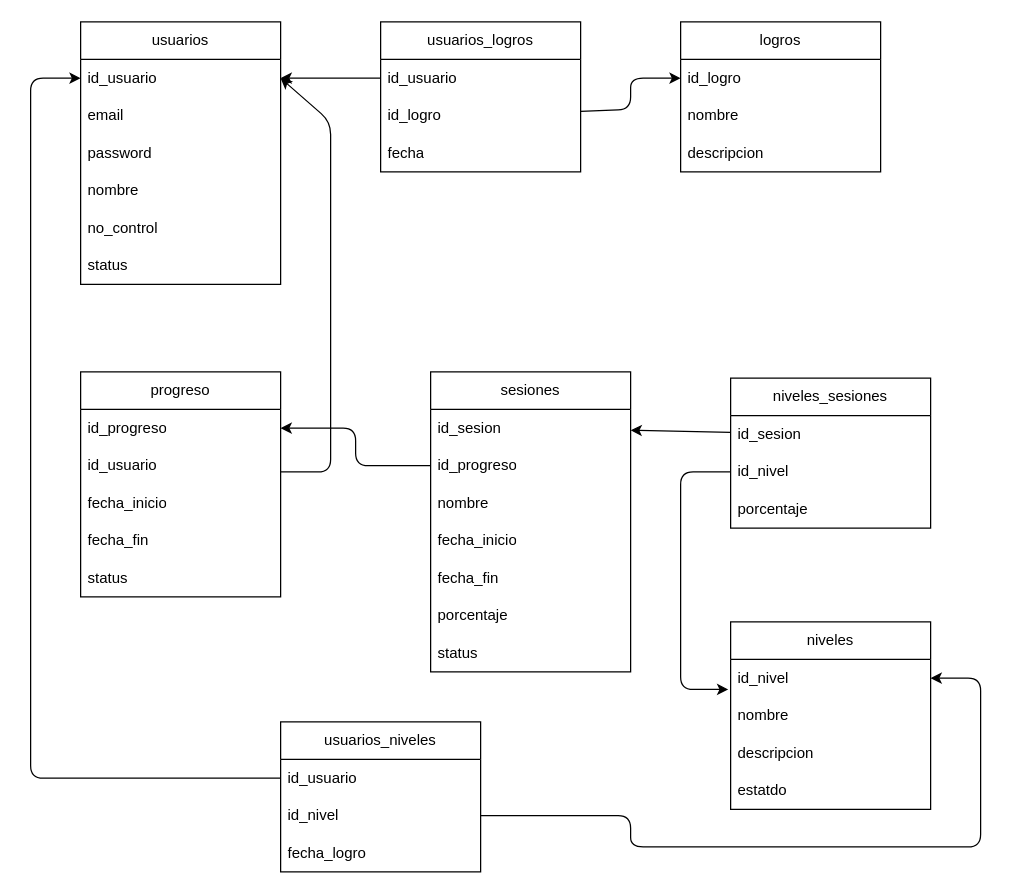
Earlier version of the draw.io diagram diagram.drawio (Jose-17-11/back-services-ingles). Source tidied: cells renumbered, new cells numbered last; positions are measured from the earlier drawing's top-left corner, leaving out a move shared by most shapes. Both pictures are drawn from the tidied source at 125%, with x=0, y=0 at pixel (30, 21).
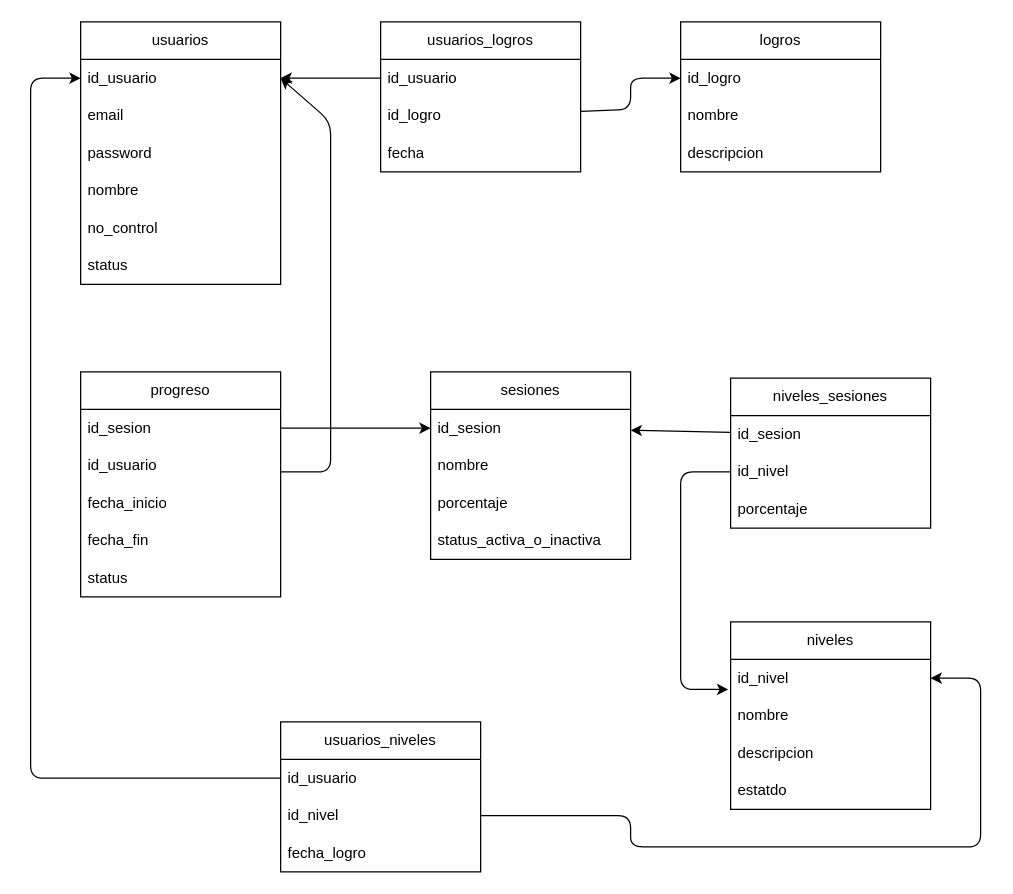
The same page after the edit.

Unchanged cells that the change refers to:
```xml
<mxCell id="24" value="progreso" style="swimlane;fontStyle=0;horizontal=1;startSize=30;whiteSpace=wrap;html=1;" parent="1" vertex="1">
  <mxGeometry x="40" y="280" width="160" height="180" as="geometry" />
</mxCell>
<mxCell id="32" value="id_sesion" style="text;strokeColor=none;fillColor=none;align=left;verticalAlign=middle;spacingLeft=4;spacingRight=4;overflow=hidden;points=[[0,0.5],[1,0.5]];portConstraint=eastwest;whiteSpace=wrap;html=1;" parent="31" vertex="1">
  <mxGeometry y="30" width="160" height="30" as="geometry" />
</mxCell>
```

Change to the diagram source:
```diff
@@
-    <mxCell id="25" value="id_progreso" style="text;strokeColor=none;fillColor=none;align=left;verticalAlign=middle;spacingLeft=4;spacingRight=4;overflow=hidden;points=[[0,0.5],[1,0.5]];portConstraint=eastwest;whiteSpace=wrap;html=1;" parent="24" vertex="1">
+    <mxCell id="25" value="id_sesion" style="text;strokeColor=none;fillColor=none;align=left;verticalAlign=middle;spacingLeft=4;spacingRight=4;overflow=hidden;points=[[0,0.5],[1,0.5]];portConstraint=eastwest;whiteSpace=wrap;html=1;" parent="24" vertex="1">
       <mxGeometry y="30" width="160" height="30" as="geometry" />
     </mxCell>
@@
     <mxCell id="31" value="sesiones" style="swimlane;fontStyle=0;horizontal=1;startSize=30;whiteSpace=wrap;html=1;" parent="1" vertex="1">
-      <mxGeometry x="320" y="280" width="160" height="240" as="geometry" />
+      <mxGeometry x="320" y="280" width="160" height="150" as="geometry" />
     </mxCell>
@@
-    <mxCell id="33" value="id_progreso" style="text;strokeColor=none;fillColor=none;align=left;verticalAlign=middle;spacingLeft=4;spacingRight=4;overflow=hidden;points=[[0,0.5],[1,0.5]];portConstraint=eastwest;whiteSpace=wrap;html=1;" parent="31" vertex="1">
-      <mxGeometry y="60" width="160" height="30" as="geometry" />
-    </mxCell>
     <mxCell id="34" value="nombre" style="text;strokeColor=none;fillColor=none;align=left;verticalAlign=middle;spacingLeft=4;spacingRight=4;overflow=hidden;whiteSpace=wrap;html=1;" parent="31" vertex="1">
-      <mxGeometry y="90" width="160" height="30" as="geometry" />
+      <mxGeometry y="60" width="160" height="30" as="geometry" />
     </mxCell>
-    <mxCell id="35" value="fecha_inicio" style="text;strokeColor=none;fillColor=none;align=left;verticalAlign=middle;spacingLeft=4;spacingRight=4;overflow=hidden;whiteSpace=wrap;html=1;" parent="31" vertex="1">
-      <mxGeometry y="120" width="160" height="30" as="geometry" />
-    </mxCell>
-    <mxCell id="36" value="fecha_fin" style="text;strokeColor=none;fillColor=none;align=left;verticalAlign=middle;spacingLeft=4;spacingRight=4;overflow=hidden;whiteSpace=wrap;html=1;" parent="31" vertex="1">
-      <mxGeometry y="150" width="160" height="30" as="geometry" />
-    </mxCell>
     <mxCell id="37" value="porcentaje" style="text;strokeColor=none;fillColor=none;align=left;verticalAlign=middle;spacingLeft=4;spacingRight=4;overflow=hidden;whiteSpace=wrap;html=1;" parent="31" vertex="1">
-      <mxGeometry y="180" width="160" height="30" as="geometry" />
+      <mxGeometry y="90" width="160" height="30" as="geometry" />
     </mxCell>
-    <mxCell id="38" value="status" style="text;strokeColor=none;fillColor=none;align=left;verticalAlign=middle;spacingLeft=4;spacingRight=4;overflow=hidden;whiteSpace=wrap;html=1;" parent="31" vertex="1">
-      <mxGeometry y="210" width="160" height="30" as="geometry" />
+    <mxCell id="38" value="status_activa_o_inactiva" style="text;strokeColor=none;fillColor=none;align=left;verticalAlign=middle;spacingLeft=4;spacingRight=4;overflow=hidden;whiteSpace=wrap;html=1;" parent="31" vertex="1">
+      <mxGeometry y="120" width="160" height="30" as="geometry" />
     </mxCell>
@@
-    <mxCell id="43" style="edgeStyle=none;html=1;entryX=1;entryY=0.5;entryDx=0;entryDy=0;" parent="1" edge="1" source="33" target="25">
-      <mxGeometry relative="1" as="geometry">
-        <Array as="points">
-          <mxPoint x="260" y="355" />
-          <mxPoint x="260" y="325" />
-        </Array>
-      </mxGeometry>
-    </mxCell>
@@
+    <mxCell id="52" style="edgeStyle=none;html=1;exitX=1;exitY=0.5;exitDx=0;exitDy=0;entryX=0;entryY=0.5;entryDx=0;entryDy=0;" parent="1" edge="1" source="25" target="32">
+      <mxGeometry relative="1" as="geometry" />
+    </mxCell>
```
